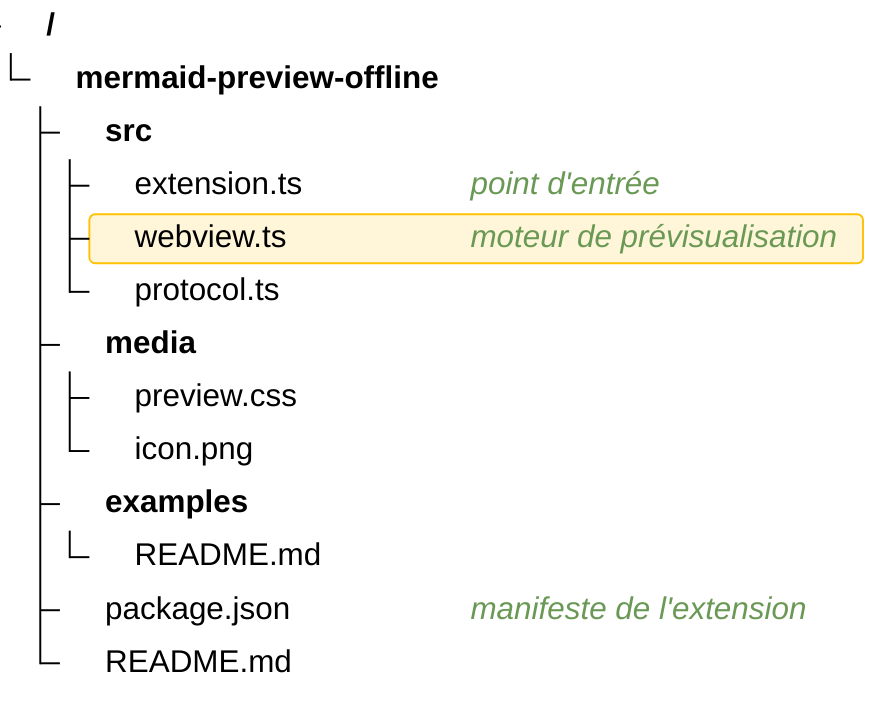
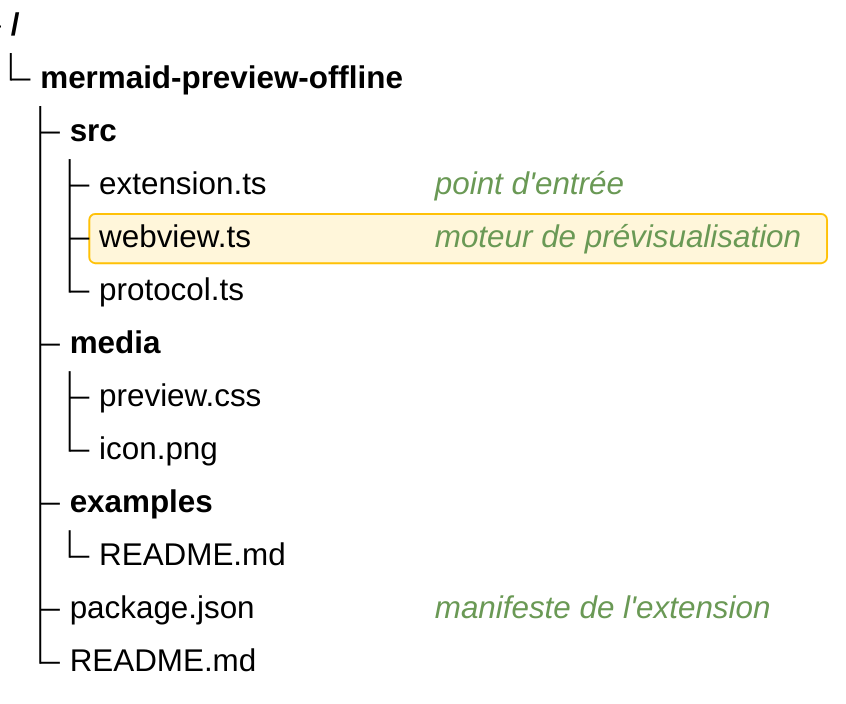
---
config:
  treeView:
-     showIcons: true
+     showIcons: false
---
treeView-beta
  mermaid-preview-offline/
    src/
      extension.ts ## point d'entrée
      webview.ts :::highlight ## moteur de prévisualisation
      protocol.ts
    media/
      preview.css
      icon.png
    examples/
      README.md
    package.json ## manifeste de l'extension
    README.md
